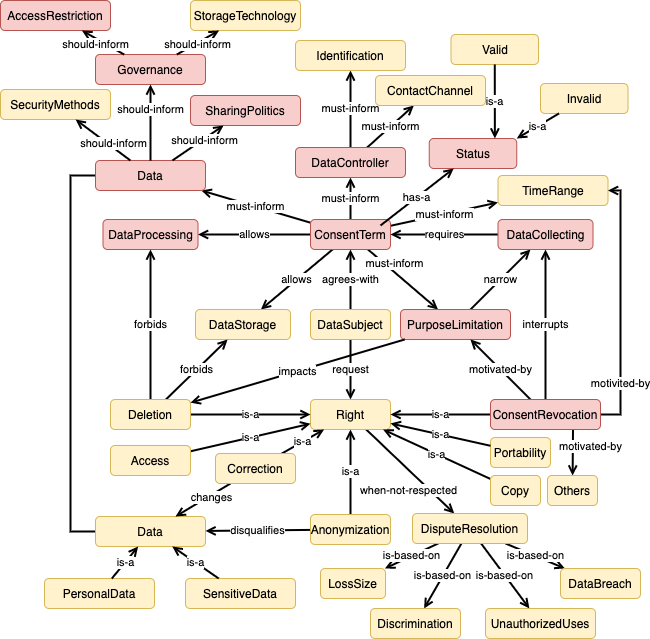
This is img/RootScenarioImpact.png from phalves/GoDReP, a draw.io export, as it was before one commit. Source tidied: cells renumbered, new cells last; positions are measured from the earlier drawing's top-left corner, leaving out a move shared by most shapes.
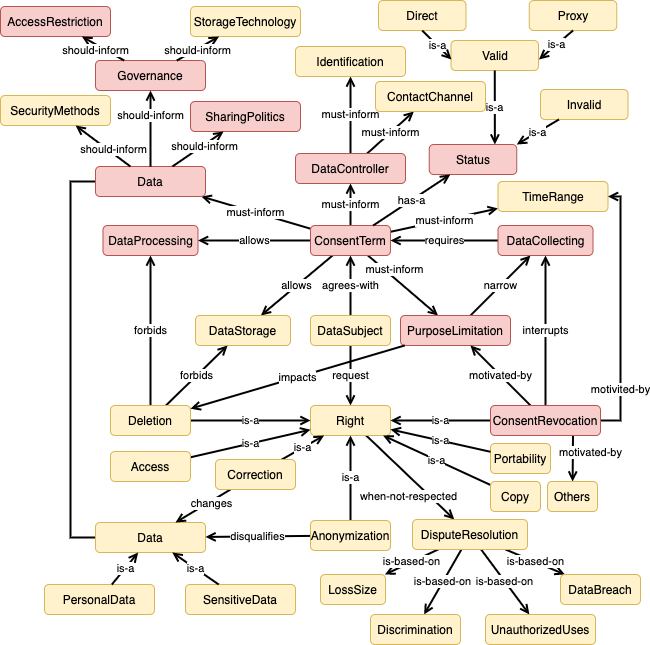
The same file after the commit.

Commit message:
Updating the scenario impact images

The edit, as a diff of the source:
```diff
@@ -243,7 +243,7 @@
     <mxCell id="78" value="Status" style="rounded=1;whiteSpace=wrap;html=1;fillColor=#f8cecc;strokeColor=#b85450;" parent="1" vertex="1">
       <mxGeometry x="428.8" y="138" width="87.5" height="30" as="geometry" />
     </mxCell>
-    <mxCell id="79" value="has-a" style="edgeStyle=none;rounded=0;jettySize=auto;html=1;endArrow=open;endFill=0;strokeWidth=2;exitX=0.875;exitY=0.2;exitDx=0;exitDy=0;exitPerimeter=0;" parent="1" edge="1" source="9" target="78">
+    <mxCell id="79" value="has-a" style="edgeStyle=none;rounded=0;jettySize=auto;html=1;endArrow=open;endFill=0;strokeWidth=2;" parent="1" edge="1" source="9" target="78">
       <mxGeometry relative="1" as="geometry" />
     </mxCell>
     <mxCell id="80" value="Valid" style="rounded=1;whiteSpace=wrap;html=1;fillColor=#fff2cc;strokeColor=#d6b656;" parent="1" vertex="1">
@@ -258,5 +258,21 @@
     <mxCell id="83" value="is-a" style="edgeStyle=none;rounded=0;jettySize=auto;html=1;endArrow=open;endFill=0;strokeWidth=2;entryX=1;entryY=0;entryDx=0;entryDy=0;" parent="1" edge="1" source="81" target="78">
       <mxGeometry relative="1" as="geometry" />
     </mxCell>
+    <mxCell id="84" value="Direct" style="rounded=1;whiteSpace=wrap;html=1;fillColor=#fff2cc;strokeColor=#d6b656;" parent="1" vertex="1">
+      <mxGeometry x="378" y="-6" width="87.5" height="30" as="geometry" />
+    </mxCell>
+    <mxCell id="85" value="Proxy" style="rounded=1;whiteSpace=wrap;html=1;fillColor=#fff2cc;strokeColor=#d6b656;" parent="1" vertex="1">
+      <mxGeometry x="528.8" y="-6" width="87.5" height="30" as="geometry" />
+    </mxCell>
+    <mxCell id="86" value="is-a" style="edgeStyle=none;rounded=0;jettySize=auto;html=1;endArrow=open;endFill=0;strokeWidth=2;exitX=0.5;exitY=1;exitDx=0;exitDy=0;entryX=0;entryY=0.5;entryDx=0;entryDy=0;" parent="1" edge="1" source="84">
+      <mxGeometry relative="1" as="geometry">
+        <mxPoint x="451" y="53" as="targetPoint" />
+      </mxGeometry>
+    </mxCell>
+    <mxCell id="87" value="is-a" style="edgeStyle=none;rounded=0;jettySize=auto;html=1;endArrow=open;endFill=0;strokeWidth=2;exitX=0.5;exitY=1;exitDx=0;exitDy=0;entryX=1;entryY=0.5;entryDx=0;entryDy=0;" parent="1" edge="1" source="85">
+      <mxGeometry relative="1" as="geometry">
+        <mxPoint x="538.5" y="53" as="targetPoint" />
+      </mxGeometry>
+    </mxCell>
   </root>
 </mxGraphModel>
```
